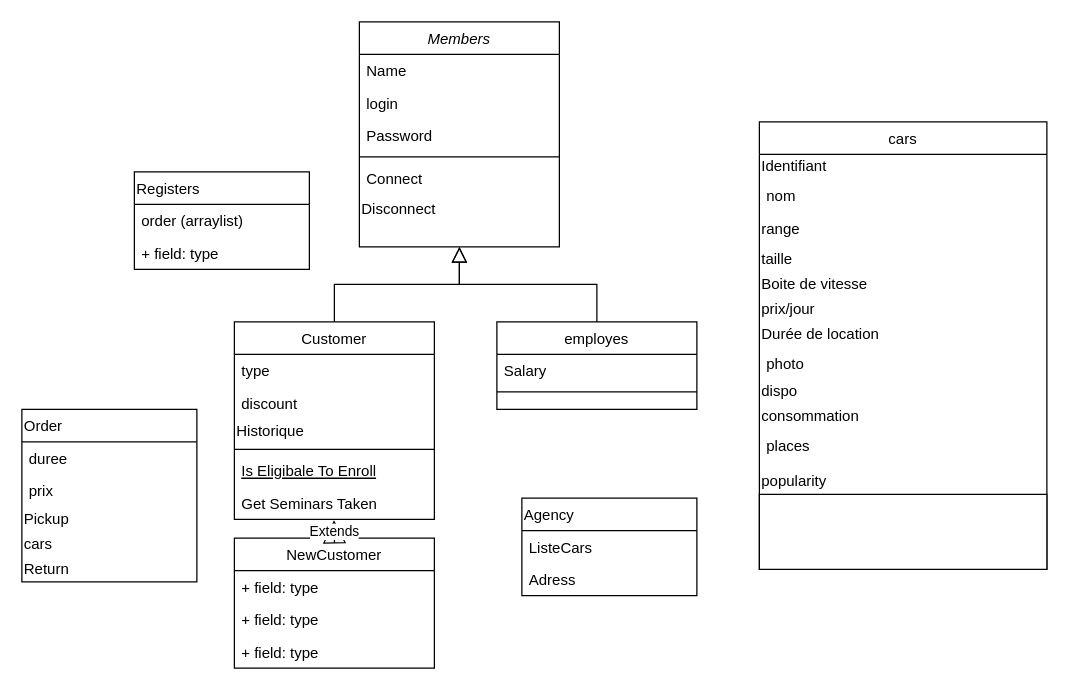
ElyesECE/CarRental keeps this draw.io diagram as Untitled Diagram.drawio. Above is the earlier version. Source tidied: cells renumbered, new cells numbered last; positions are measured from the earlier drawing's top-left corner, leaving out a move shared by most shapes. Both pictures are drawn from the tidied source at 125%, with x=0, y=0 at pixel (21, 21).
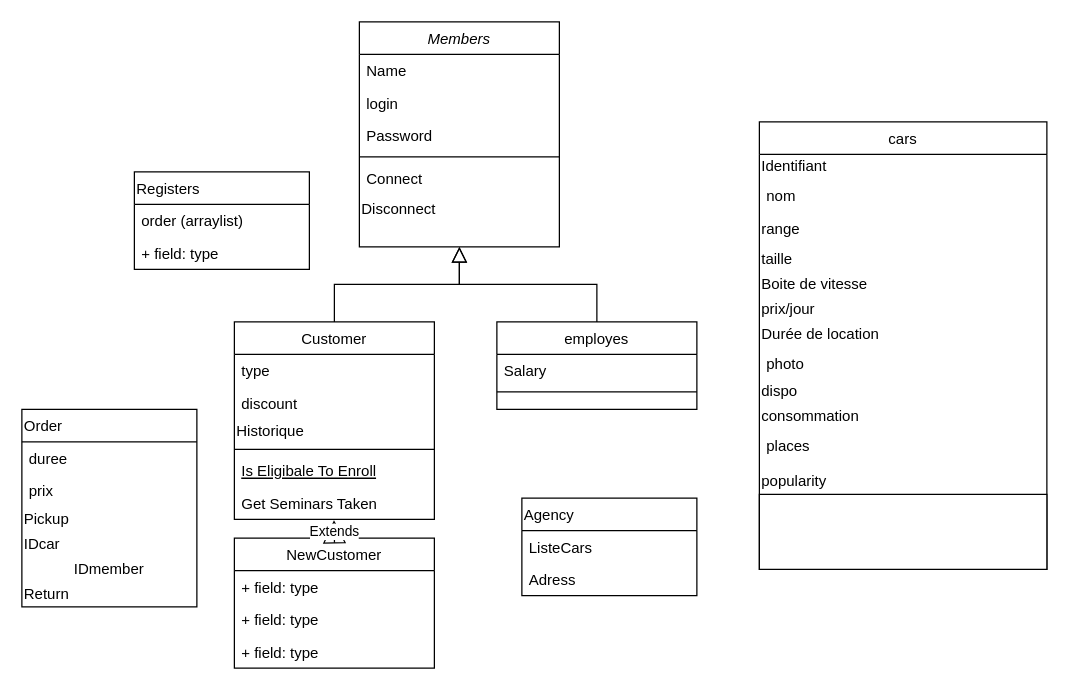
The same diagram, later.

What changed in the source:
```diff
@@
     <mxCell id="43" value="Order" style="swimlane;fontStyle=0;horizontal=1;startSize=26;fillColor=none;align=left;" parent="1" vertex="1">
-      <mxGeometry y="310" width="140" height="138" as="geometry" />
+      <mxGeometry y="310" width="140" height="158" as="geometry" />
     </mxCell>
@@
-    <mxCell id="47" value="cars" style="text;html=1;strokeColor=none;fillColor=none;align=left;verticalAlign=middle;whiteSpace=wrap;rounded=0;" parent="43" vertex="1">
+    <mxCell id="47" value="IDcar" style="text;html=1;strokeColor=none;fillColor=none;align=left;verticalAlign=middle;whiteSpace=wrap;rounded=0;" parent="43" vertex="1">
       <mxGeometry y="98" width="140" height="20" as="geometry" />
     </mxCell>
+    <mxCell id="52" value="IDmember" style="text;html=1;strokeColor=none;fillColor=none;align=center;verticalAlign=middle;whiteSpace=wrap;rounded=0;" parent="43" vertex="1">
+      <mxGeometry y="118" width="140" height="20" as="geometry" />
+    </mxCell>
     <mxCell id="48" value="Return" style="text;html=1;strokeColor=none;fillColor=none;align=left;verticalAlign=middle;whiteSpace=wrap;rounded=0;" parent="43" vertex="1">
-      <mxGeometry y="118" width="140" height="20" as="geometry" />
+      <mxGeometry y="138" width="140" height="20" as="geometry" />
     </mxCell>
```
